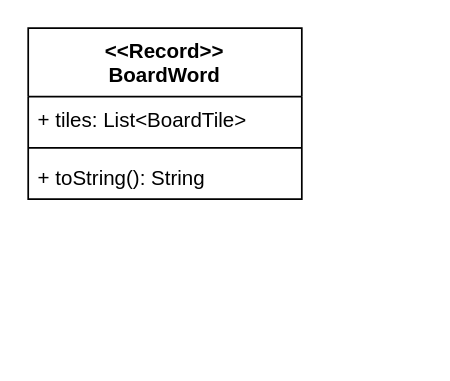
This is UML/ClassDiagrams/Model/BoardWord.drawio from trk20/Scuffle, a draw.io file, before an edit. Source tidied: cells renumbered, new cells numbered last; positions are measured from the earlier drawing's top-left corner, leaving out a move shared by most shapes. Both pictures are drawn from the tidied source at 171%, with x=0, y=0 at pixel (27, 27).
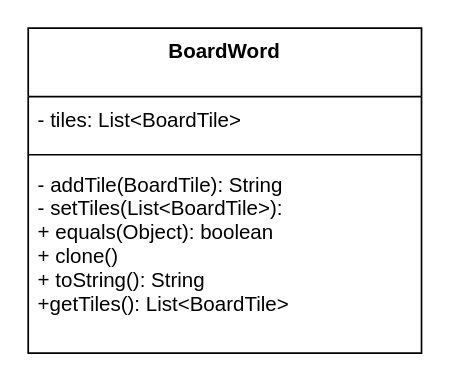
The same page after the edit.

What changed in the source:
```diff
@@
 <mxGraphModel>
   <root>
     <mxCell id="0" />
     <mxCell id="1" parent="0" />
-    <mxCell id="2" value="&lt;&lt;Record&gt;&gt;&#10;BoardWord" style="swimlane;fontStyle=1;align=center;verticalAlign=top;horizontal=1;startSize=40;" parent="1" vertex="1">
-      <mxGeometry width="160" height="100" as="geometry" />
+    <mxCell id="2" value="BoardWord" style="swimlane;fontStyle=1;align=center;verticalAlign=top;horizontal=1;startSize=40;" parent="1" vertex="1">
+      <mxGeometry width="230" height="190" as="geometry" />
     </mxCell>
-    <mxCell id="3" value="+ tiles: List&lt;BoardTile&gt;" style="text;strokeColor=none;fillColor=none;align=left;verticalAlign=top;spacingLeft=4;spacingRight=4;overflow=hidden;" parent="2" vertex="1">
-      <mxGeometry y="40" width="160" height="26" as="geometry" />
+    <mxCell id="3" value="- tiles: List&lt;BoardTile&gt;" style="text;strokeColor=none;fillColor=none;align=left;verticalAlign=top;spacingLeft=4;spacingRight=4;overflow=hidden;" parent="2" vertex="1">
+      <mxGeometry y="40" width="230" height="30" as="geometry" />
     </mxCell>
     <mxCell id="4" style="line;strokeWidth=1;fillColor=none;align=left;verticalAlign=middle;spacingTop=-1;spacingLeft=3;spacingRight=3;labelPosition=right;" parent="2" vertex="1">
-      <mxGeometry y="66" width="160" height="8" as="geometry" />
+      <mxGeometry y="70" width="230" height="8" as="geometry" />
     </mxCell>
-    <mxCell id="5" value="+ toString(): String" style="text;strokeColor=none;fillColor=none;align=left;verticalAlign=top;spacingLeft=4;spacingRight=4;overflow=hidden;" parent="2" vertex="1">
-      <mxGeometry y="74" width="160" height="26" as="geometry" />
+    <mxCell id="5" value="- addTile(BoardTile): String&#10;- setTiles(List&lt;BoardTile&gt;):&#10;+ equals(Object): boolean&#10;+ clone()&#10;+ toString(): String&#10;+getTiles(): List&lt;BoardTile&gt;" style="text;strokeColor=none;fillColor=none;align=left;verticalAlign=top;spacingLeft=4;spacingRight=4;overflow=hidden;" parent="2" vertex="1">
+      <mxGeometry y="78" width="230" height="112" as="geometry" />
     </mxCell>
   </root>
 </mxGraphModel>
```
